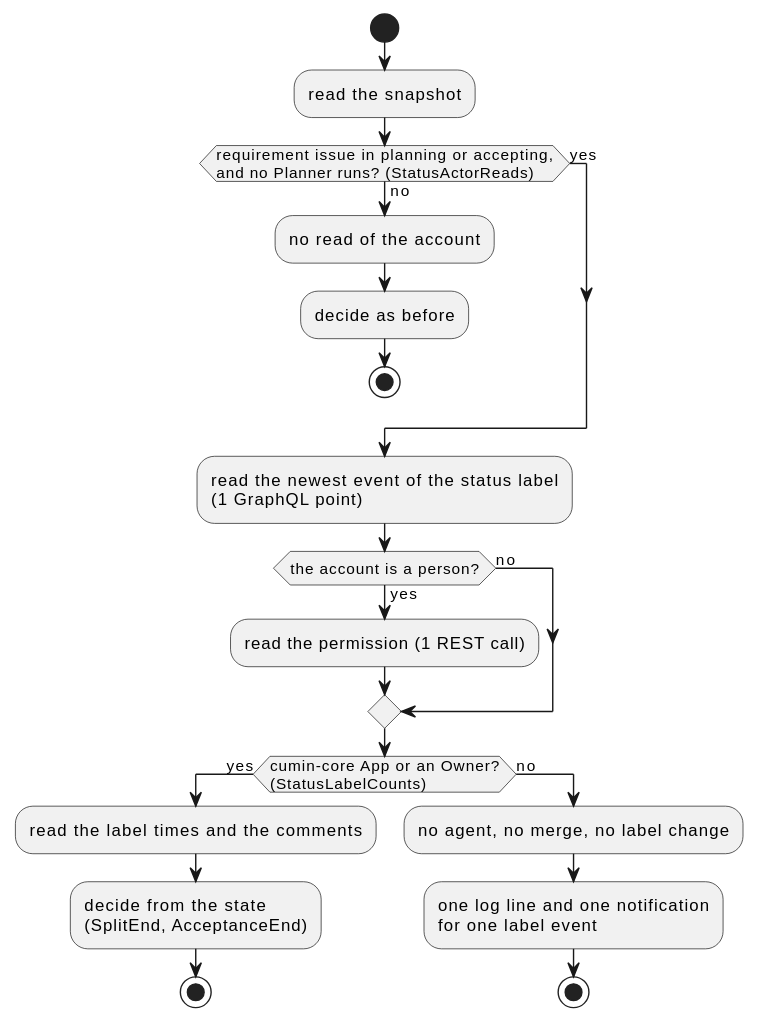
The PlantUML diagram docs/ja/designs/poll-status-actor.svg in cloveclovedev/cumin-works, before a commit. The source it was exported from:
```plantuml
@startuml
skinparam shadowing false
skinparam defaultFontName sans-serif

start
:read the snapshot;
if (requirement issue in planning or accepting,\nand no Planner runs? (StatusActorReads)) then (no)
  :no read of the account;
  :decide as before;
  stop
else (yes)
endif
:read the newest event of the status label\n(1 GraphQL point);
if (the account is a person?) then (yes)
  :read the permission (1 REST call);
else (no)
endif
if (cumin-core App or an Owner?\n(StatusLabelCounts)) then (yes)
  :read the label times and the comments;
  :decide from the state\n(SplitEnd, AcceptanceEnd);
  stop
else (no)
  :no agent, no merge, no label change;
  :one log line and one notification\nfor one label event;
  stop
endif
@enduml
```
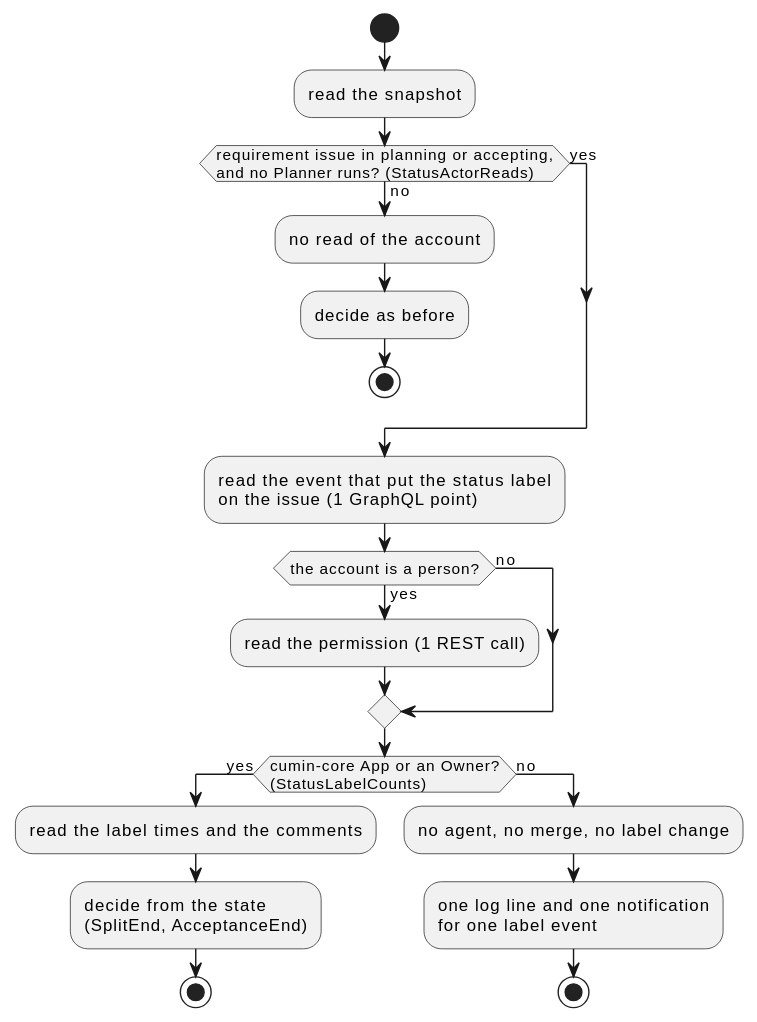
The same file after the commit.

Diff of the diagram source:
```diff
@@ -10,7 +10,7 @@
   stop
 else (yes)
 endif
-:read the newest event of the status label\n(1 GraphQL point);
+:read the event that put the status label\non the issue (1 GraphQL point);
 if (the account is a person?) then (yes)
   :read the permission (1 REST call);
 else (no)
```
